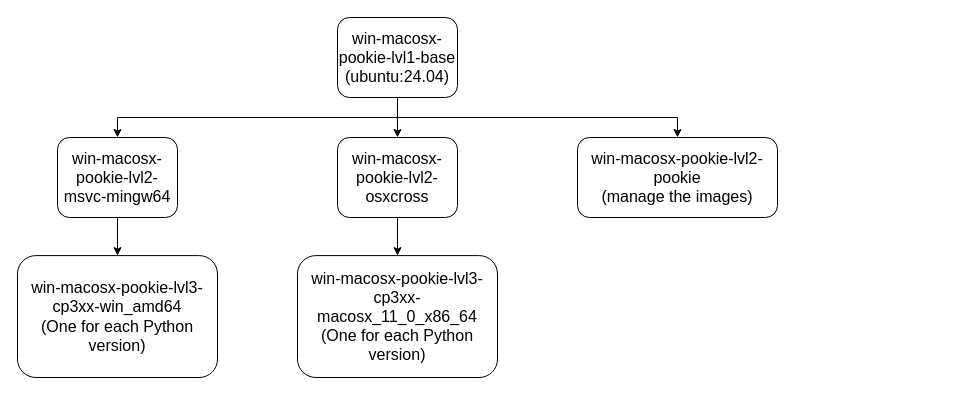
Earlier version of the draw.io diagram page "win-macosx-pookie" (3 of 3) of images/Docker_layer_graph.drawio (andreslilloortiz/pookie). Source tidied: cells renumbered, new cells numbered last; positions are measured from the earlier drawing's top-left corner, leaving out a move shared by most shapes. Both pictures are drawn from the tidied source at 100%, with x=0, y=0 at pixel (17, 17).
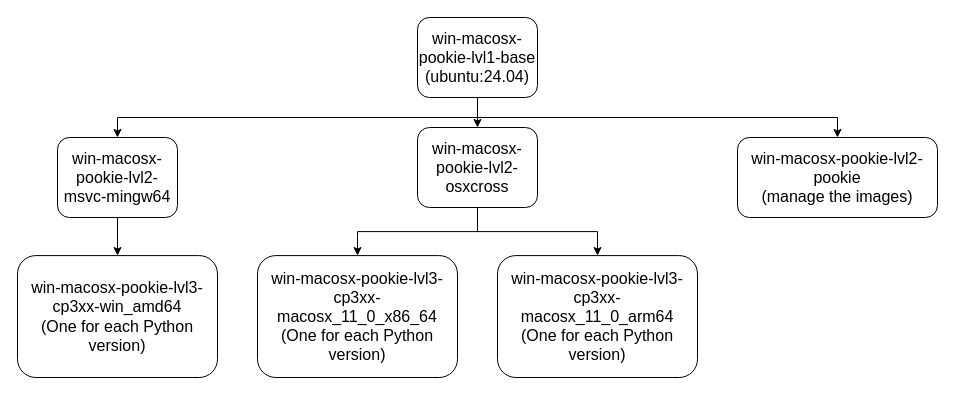
Above is the later version.

Diff of the diagram source:
```diff
@@
 <mxGraphModel>
   <root>
     <mxCell id="0" />
     <mxCell id="1" parent="0" />
     <mxCell id="2" style="edgeStyle=orthogonalEdgeStyle;rounded=0;jettySize=auto;html=1;exitX=0.5;exitY=1;exitDx=0;exitDy=0;entryX=0.5;entryY=0;entryDx=0;entryDy=0;fontSize=16;fontColor=default;" parent="1" edge="1" source="5" target="6">
       <mxGeometry relative="1" as="geometry" />
     </mxCell>
     <mxCell id="3" style="edgeStyle=orthogonalEdgeStyle;rounded=0;jettySize=auto;html=1;exitX=0.5;exitY=1;exitDx=0;exitDy=0;fontSize=16;fontColor=default;" parent="1" edge="1" source="5" target="8">
       <mxGeometry relative="1" as="geometry" />
     </mxCell>
     <mxCell id="4" style="edgeStyle=orthogonalEdgeStyle;rounded=0;jettySize=auto;html=1;exitX=0.5;exitY=1;exitDx=0;exitDy=0;fontSize=16;fontColor=default;" parent="1" edge="1" source="5" target="11">
       <mxGeometry relative="1" as="geometry" />
     </mxCell>
     <mxCell id="5" value="&lt;div&gt;&lt;font&gt;win-macosx-pookie-lvl1-base&lt;/font&gt;&lt;/div&gt;&lt;font&gt;(ubuntu:24.04)&lt;/font&gt;" style="rounded=1;whiteSpace=wrap;html=1;fontSize=16;fontColor=default;" parent="1" vertex="1">
-      <mxGeometry x="320" width="120" height="80" as="geometry" />
+      <mxGeometry x="400" width="120" height="80" as="geometry" />
     </mxCell>
     <mxCell id="6" value="&lt;font&gt;&lt;span style=&quot;&quot;&gt;win-macosx-pookie-lvl2-&lt;/span&gt;pookie&lt;/font&gt;&lt;div&gt;&lt;font&gt;(manage the images)&lt;/font&gt;&lt;/div&gt;" style="rounded=1;whiteSpace=wrap;html=1;strokeColor=default;fontSize=16;fontColor=default;" parent="1" vertex="1">
-      <mxGeometry x="560" y="120" width="200" height="80" as="geometry" />
+      <mxGeometry x="720" y="120" width="200" height="80" as="geometry" />
     </mxCell>
     <mxCell id="7" style="edgeStyle=orthogonalEdgeStyle;rounded=0;jettySize=auto;html=1;exitX=0.5;exitY=1;exitDx=0;exitDy=0;entryX=0.5;entryY=0;entryDx=0;entryDy=0;fontSize=16;fontColor=default;" parent="1" edge="1" source="8" target="9">
       <mxGeometry relative="1" as="geometry" />
     </mxCell>
     <mxCell id="8" value="win&lt;span style=&quot;&quot;&gt;-macosx-pookie-lvl2-msvc-mingw64&lt;/span&gt;" style="rounded=1;whiteSpace=wrap;html=1;fontSize=16;fontColor=default;" parent="1" vertex="1">
       <mxGeometry x="40" y="120" width="120" height="80" as="geometry" />
     </mxCell>
     <mxCell id="9" value="&lt;font&gt;&lt;span style=&quot;background-color: transparent;&quot;&gt;win-macosx-pookie&lt;/span&gt;&lt;span style=&quot;&quot;&gt;-&lt;/span&gt;&lt;span style=&quot;&quot;&gt;lvl3&lt;/span&gt;&lt;span style=&quot;&quot;&gt;-&lt;/span&gt;&lt;span style=&quot;&quot;&gt;cp3xx-win_amd64&lt;/span&gt;&lt;br&gt;&lt;span style=&quot;&quot;&gt;(One for each Python version)&lt;/span&gt;&lt;/font&gt;" style="rounded=1;whiteSpace=wrap;html=1;fontSize=16;fontColor=default;" parent="1" vertex="1">
       <mxGeometry y="238.1" width="200" height="121.9" as="geometry" />
     </mxCell>
     <mxCell id="10" style="edgeStyle=orthogonalEdgeStyle;rounded=0;jettySize=auto;html=1;exitX=0.5;exitY=1;exitDx=0;exitDy=0;entryX=0.5;entryY=0;entryDx=0;entryDy=0;fontSize=16;fontColor=default;" parent="1" edge="1" source="11" target="12">
       <mxGeometry relative="1" as="geometry" />
     </mxCell>
     <mxCell id="11" value="&lt;font&gt;&lt;span style=&quot;&quot;&gt;win-macosx-pookie-lvl2-&lt;/span&gt;osxcross&lt;/font&gt;" style="rounded=1;whiteSpace=wrap;html=1;fontSize=16;fontColor=default;" parent="1" vertex="1">
-      <mxGeometry x="320" y="120" width="120" height="80" as="geometry" />
+      <mxGeometry x="400" y="110" width="120" height="80" as="geometry" />
     </mxCell>
     <mxCell id="12" value="&lt;span style=&quot;&quot;&gt;&lt;span style=&quot;&quot;&gt;win-macosx-pookie&lt;/span&gt;-&lt;/span&gt;&lt;span style=&quot;&quot;&gt;lvl3&lt;/span&gt;&lt;span style=&quot;&quot;&gt;-&lt;/span&gt;&lt;span style=&quot;&quot;&gt;cp3xx-macosx_11_0_x86_64&lt;/span&gt;&lt;br style=&quot;&quot;&gt;&lt;span style=&quot;&quot;&gt;(One for each Python version)&lt;/span&gt;" style="rounded=1;whiteSpace=wrap;html=1;fontSize=16;fontColor=default;" parent="1" vertex="1">
-      <mxGeometry x="280" y="238.1" width="200" height="121.9" as="geometry" />
+      <mxGeometry x="240" y="238.1" width="200" height="121.9" as="geometry" />
     </mxCell>
+    <mxCell id="13" value="&lt;span style=&quot;&quot;&gt;&lt;span style=&quot;&quot;&gt;win-macosx-pookie&lt;/span&gt;-&lt;/span&gt;&lt;span style=&quot;&quot;&gt;lvl3&lt;/span&gt;&lt;span style=&quot;&quot;&gt;-&lt;/span&gt;&lt;span style=&quot;&quot;&gt;cp3xx-macosx_11_0_arm64&lt;/span&gt;&lt;br style=&quot;&quot;&gt;&lt;span style=&quot;&quot;&gt;(One for each Python version)&lt;/span&gt;" style="rounded=1;whiteSpace=wrap;html=1;fontSize=16;fontColor=default;" parent="1" vertex="1">
+      <mxGeometry x="480" y="238.1" width="200" height="121.9" as="geometry" />
+    </mxCell>
+    <mxCell id="14" style="edgeStyle=orthogonalEdgeStyle;rounded=0;jettySize=auto;html=1;exitX=0.5;exitY=1;exitDx=0;exitDy=0;entryX=0.5;entryY=0;entryDx=0;entryDy=0;fontSize=16;fontColor=default;" parent="1" edge="1" source="11" target="13">
+      <mxGeometry relative="1" as="geometry" />
+    </mxCell>
   </root>
 </mxGraphModel>
```
